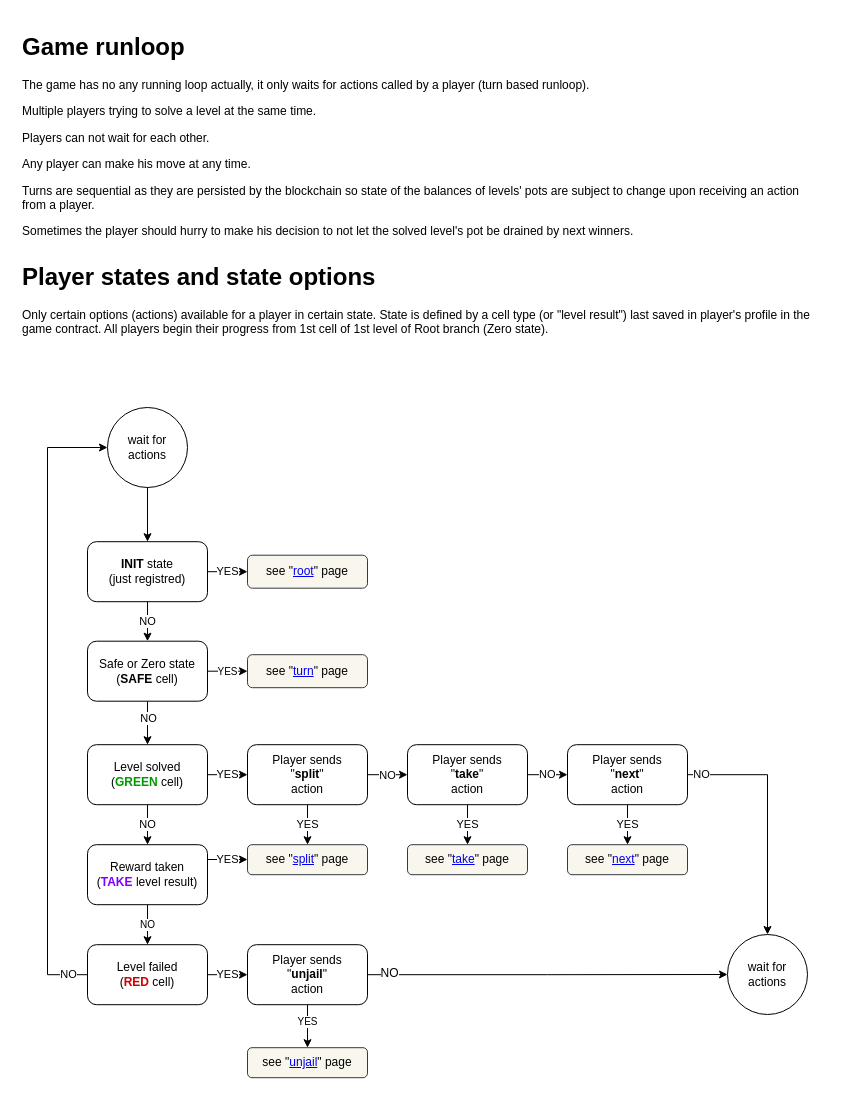
Before: page "game runloop" (2 of 11) of ia/WOFFLER IA.drawio in cptn-solo/woffler_contract, a draw.io diagram. Source tidied: cells renumbered, new cells numbered last; positions are measured from the earlier drawing's top-left corner, leaving out a move shared by most shapes. Both pictures are drawn from the tidied source at 100%, with x=0, y=0 at pixel (17, 27).
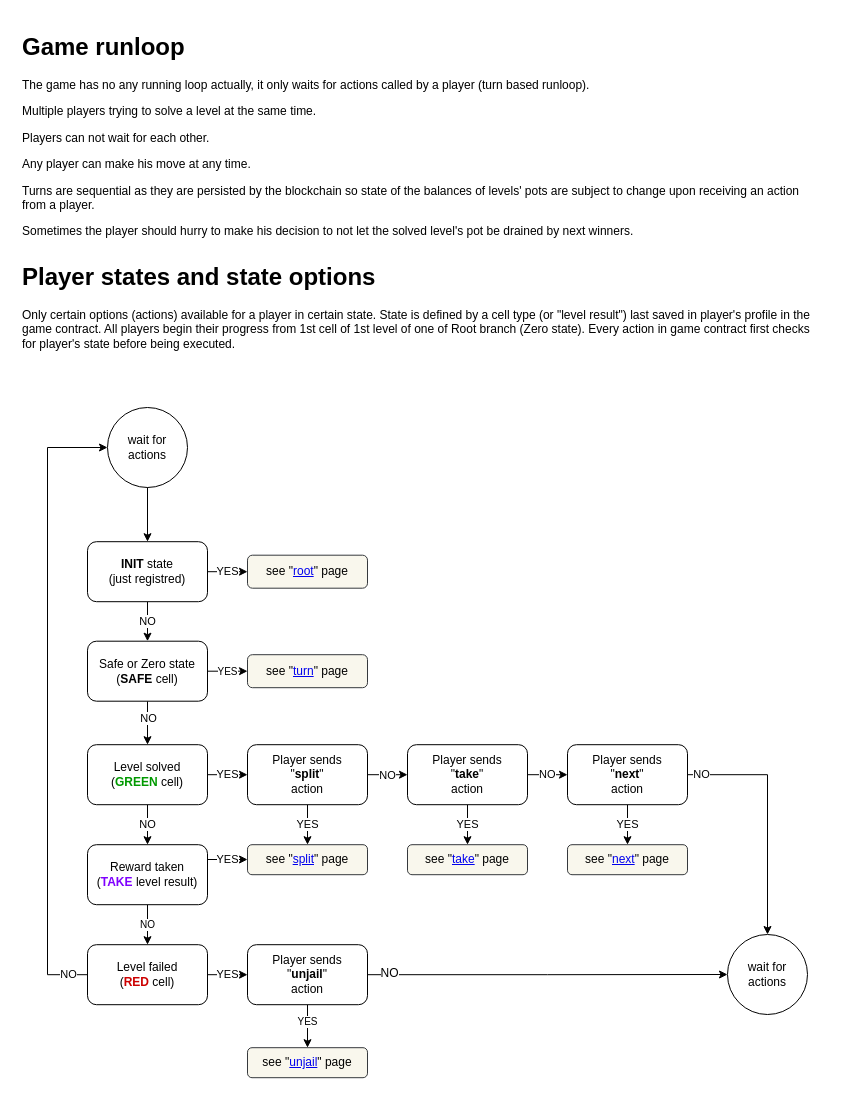
The same page after the edit.

Commit message (it also covers changes not shown here):
#2 Described deferred actions for RED and TAKE and added result timestamp to enable manual checks (defencive design)

Diff of the diagram source:
```diff
@@
-    <mxCell id="37" value="&lt;h1&gt;Player states and state options&lt;/h1&gt;&lt;p&gt;Only certain options (actions) available for a player in certain state. State is defined by a cell type (or &quot;level result&quot;) last saved in player's profile in the game contract. All players begin their progress from 1st cell of 1st level of Root branch (Zero state).&lt;/p&gt;" style="text;html=1;strokeColor=none;fillColor=none;spacing=5;spacingTop=-20;whiteSpace=wrap;overflow=hidden;rounded=0;" parent="1" vertex="1">
+    <mxCell id="37" value="&lt;h1&gt;Player states and state options&lt;/h1&gt;&lt;p&gt;Only certain options (actions) available for a player in certain state. State is defined by a cell type (or &quot;level result&quot;) last saved in player's profile in the game contract. All players begin their progress from 1st cell of 1st level of one of Root branch (Zero state). Every action in game contract first checks for player's state before being executed.&lt;/p&gt;" style="text;html=1;strokeColor=none;fillColor=none;spacing=5;spacingTop=-20;whiteSpace=wrap;overflow=hidden;rounded=0;" parent="1" vertex="1">
       <mxGeometry y="230" width="810" height="120" as="geometry" />
     </mxCell>
```
